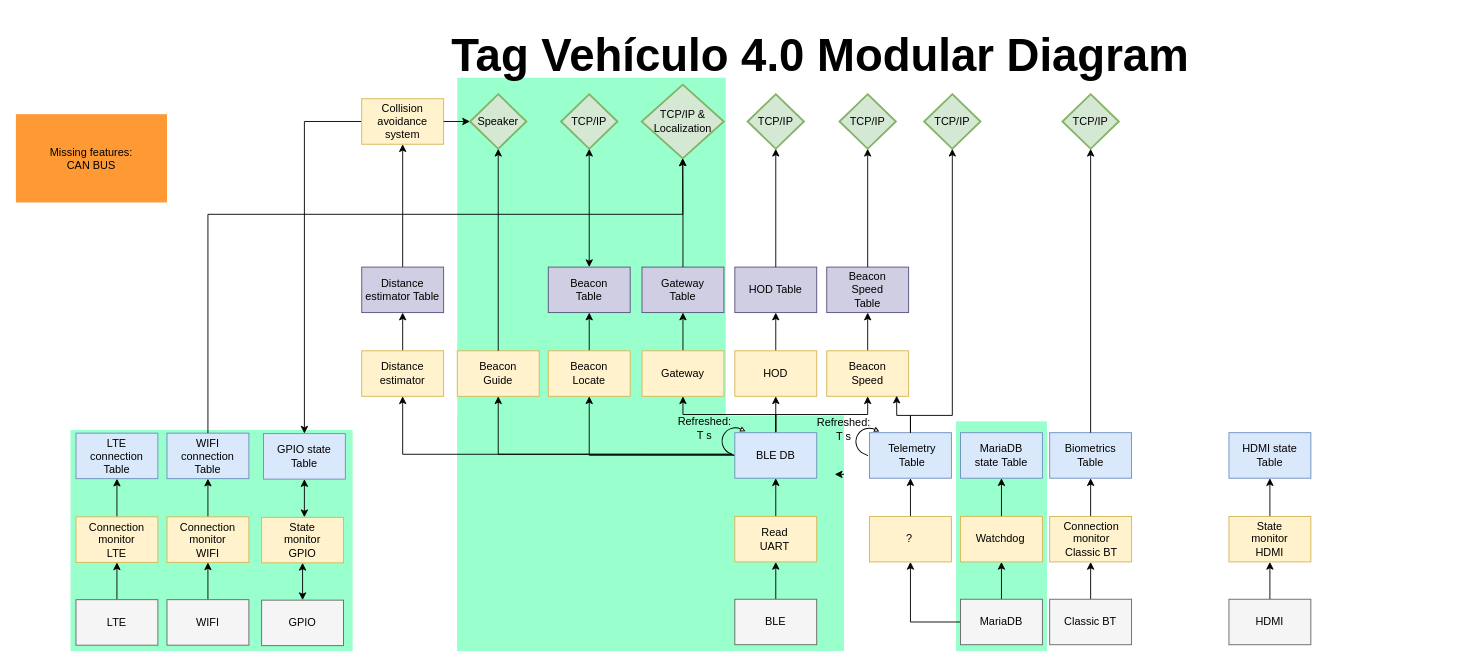
The draw.io diagram Diagrama modular de Tag Vehiculo 4_0.drawio in CesarRodriguez14/Tag_Vehiculo_4_0_Diagramas, before the edit. Source tidied: cells renumbered, new cells numbered last; positions are measured from the earlier drawing's top-left corner, leaving out a move shared by most shapes. Both pictures are drawn from the tidied source at 91%, with x=0, y=0 at pixel (15, 32).
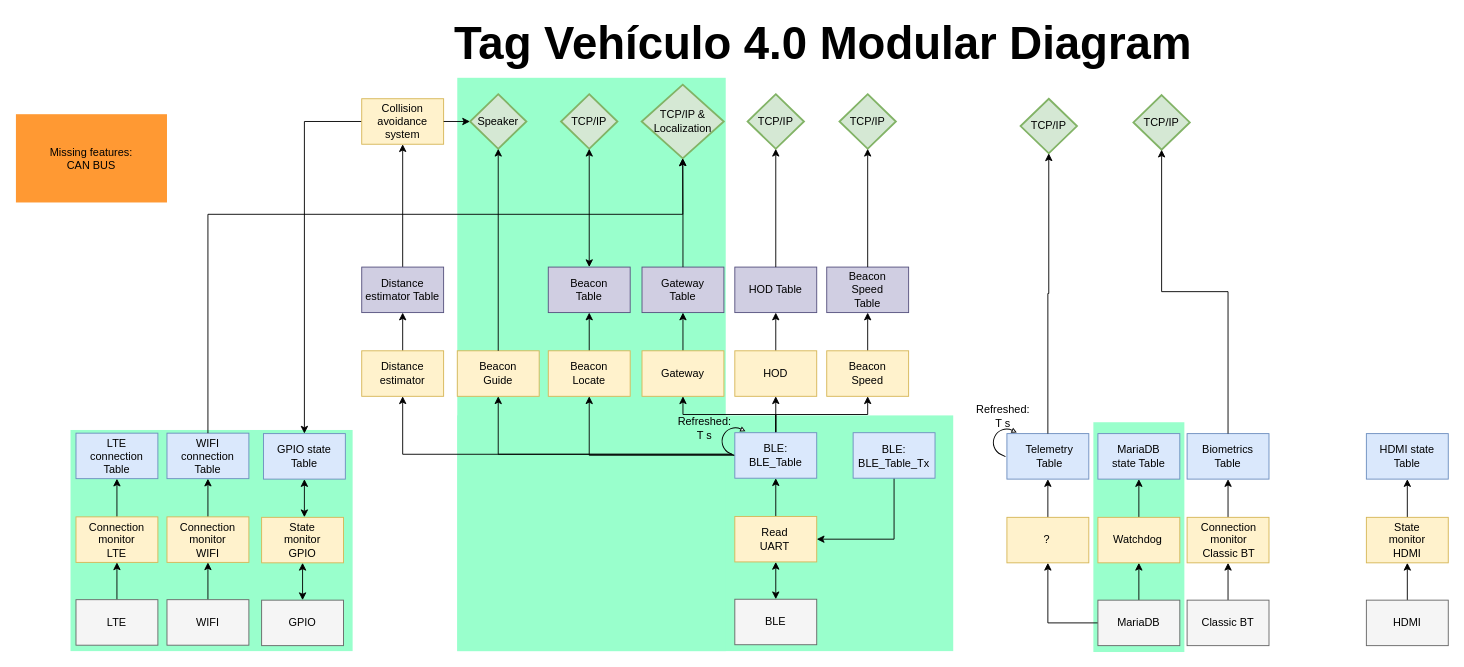
After the change.

Commit message:
Agregar BLE_Table_Tx

Unchanged cells that the change refers to:
```xml
<mxCell id="7" style="rounded=0;whiteSpace=wrap;html=1;fillColor=#f5f5f5;fontColor=#333333;strokeColor=#666666;" parent="1" vertex="1">
  <mxGeometry x="790" y="623" width="90" height="50" as="geometry" />
</mxCell>
<mxCell id="73" style="rounded=0;whiteSpace=wrap;html=1;fillColor=#fff2cc;strokeColor=#d6b656;" parent="1" vertex="1">
  <mxGeometry x="891" y="350" width="90" height="50" as="geometry" />
</mxCell>
<mxCell id="108" style="rounded=0;whiteSpace=wrap;html=1;fillColor=#fff2cc;strokeColor=#d6b656;" parent="1" vertex="1">
  <mxGeometry x="790" y="532" width="90" height="50" as="geometry" />
</mxCell>
```

Change to the diagram source:
```diff
@@
     <mxCell id="2" style="rounded=0;whiteSpace=wrap;html=1;fillColor=#99FFCC;strokeColor=none;" parent="1" vertex="1">
-      <mxGeometry x="1033" y="427.5" width="100" height="252.5" as="geometry" />
+      <mxGeometry x="1184" y="428.5" width="100" height="252.5" as="geometry" />
     </mxCell>
@@
     <mxCell id="4" style="rounded=0;whiteSpace=wrap;html=1;fillColor=#99FFCC;strokeColor=none;" parent="1" vertex="1">
-      <mxGeometry x="485" y="421" width="425" height="259" as="geometry" />
+      <mxGeometry x="485" y="421" width="545" height="259" as="geometry" />
     </mxCell>
@@
-    <mxCell id="6" style="edgeStyle=orthogonalEdgeStyle;rounded=0;jettySize=auto;html=1;exitX=0.5;exitY=0;exitDx=0;exitDy=0;entryX=0.5;entryY=1;entryDx=0;entryDy=0;" parent="1" edge="1" source="7" target="108">
-      <mxGeometry relative="1" as="geometry" />
-    </mxCell>
@@
     <mxCell id="18" style="rounded=0;whiteSpace=wrap;html=1;fillColor=#f5f5f5;fontColor=#333333;strokeColor=#666666;" parent="1" vertex="1">
-      <mxGeometry x="1333" y="623" width="90" height="50" as="geometry" />
+      <mxGeometry x="1484" y="624" width="90" height="50" as="geometry" />
     </mxCell>
     <mxCell id="19" value="HDMI" style="text;html=1;align=center;verticalAlign=middle;whiteSpace=wrap;rounded=0;" parent="1" vertex="1">
-      <mxGeometry x="1348" y="633" width="60" height="30" as="geometry" />
+      <mxGeometry x="1499" y="634" width="60" height="30" as="geometry" />
     </mxCell>
@@
     <mxCell id="22" style="rounded=0;whiteSpace=wrap;html=1;fillColor=#f5f5f5;fontColor=#333333;strokeColor=#666666;" parent="1" vertex="1">
-      <mxGeometry x="1038" y="623" width="90" height="50" as="geometry" />
+      <mxGeometry x="1189" y="624" width="90" height="50" as="geometry" />
     </mxCell>
     <mxCell id="23" value="MariaDB" style="text;html=1;align=center;verticalAlign=middle;whiteSpace=wrap;rounded=0;" parent="1" vertex="1">
-      <mxGeometry x="1053" y="633" width="60" height="30" as="geometry" />
+      <mxGeometry x="1204" y="634" width="60" height="30" as="geometry" />
     </mxCell>
@@
-    <mxCell id="28" value="BLE DB" style="text;html=1;align=center;verticalAlign=middle;whiteSpace=wrap;rounded=0;" parent="1" vertex="1">
+    <mxCell id="28" value="BLE: BLE_Table" style="text;html=1;align=center;verticalAlign=middle;whiteSpace=wrap;rounded=0;" parent="1" vertex="1">
       <mxGeometry x="805" y="450" width="60" height="30" as="geometry" />
     </mxCell>
@@
     <mxCell id="38" style="rounded=0;whiteSpace=wrap;html=1;fillColor=#fff2cc;strokeColor=#d6b656;" parent="1" vertex="1">
-      <mxGeometry x="1333" y="532" width="90" height="50" as="geometry" />
+      <mxGeometry x="1484" y="533" width="90" height="50" as="geometry" />
     </mxCell>
     <mxCell id="39" value="State monitor HDMI" style="text;html=1;align=center;verticalAlign=middle;whiteSpace=wrap;rounded=0;" parent="1" vertex="1">
-      <mxGeometry x="1348" y="542" width="60" height="30" as="geometry" />
+      <mxGeometry x="1499" y="543" width="60" height="30" as="geometry" />
     </mxCell>
@@
     <mxCell id="41" style="rounded=0;whiteSpace=wrap;html=1;fillColor=#fff2cc;strokeColor=#d6b656;" parent="1" vertex="1">
-      <mxGeometry x="1038" y="532" width="90" height="50" as="geometry" />
+      <mxGeometry x="1189" y="533" width="90" height="50" as="geometry" />
     </mxCell>
     <mxCell id="42" value="Watchdog" style="text;html=1;align=center;verticalAlign=middle;whiteSpace=wrap;rounded=0;" parent="1" vertex="1">
-      <mxGeometry x="1052" y="542" width="60" height="30" as="geometry" />
+      <mxGeometry x="1203" y="543" width="60" height="30" as="geometry" />
     </mxCell>
@@
     <mxCell id="48" style="rounded=0;whiteSpace=wrap;html=1;fillColor=#dae8fc;strokeColor=#6c8ebf;" parent="1" vertex="1">
-      <mxGeometry x="938" y="440" width="90" height="50" as="geometry" />
+      <mxGeometry x="1089" y="441" width="90" height="50" as="geometry" />
     </mxCell>
     <mxCell id="49" value="Telemetry Table" style="text;html=1;align=center;verticalAlign=middle;whiteSpace=wrap;rounded=0;" parent="1" vertex="1">
-      <mxGeometry x="955" y="450" width="60" height="30" as="geometry" />
+      <mxGeometry x="1106" y="451" width="60" height="30" as="geometry" />
     </mxCell>
     <mxCell id="50" value="TCP/IP" style="strokeWidth=2;html=1;shape=mxgraph.flowchart.decision;whiteSpace=wrap;fillColor=#d5e8d4;strokeColor=#82b366;" parent="1" vertex="1">
-      <mxGeometry x="998" y="68" width="62" height="60" as="geometry" />
+      <mxGeometry x="1104" y="73" width="62" height="60" as="geometry" />
     </mxCell>
@@
     <mxCell id="52" style="rounded=0;whiteSpace=wrap;html=1;fillColor=#f5f5f5;fontColor=#333333;strokeColor=#666666;" parent="1" vertex="1">
-      <mxGeometry x="1136" y="623" width="90" height="50" as="geometry" />
+      <mxGeometry x="1287" y="624" width="90" height="50" as="geometry" />
     </mxCell>
     <mxCell id="53" value="Classic BT" style="text;html=1;align=center;verticalAlign=middle;whiteSpace=wrap;rounded=0;" parent="1" vertex="1">
-      <mxGeometry x="1151" y="633" width="60" height="30" as="geometry" />
+      <mxGeometry x="1302" y="634" width="60" height="30" as="geometry" />
     </mxCell>
     <mxCell id="54" style="rounded=0;whiteSpace=wrap;html=1;fillColor=#dae8fc;strokeColor=#6c8ebf;" parent="1" vertex="1">
-      <mxGeometry x="1136" y="440" width="90" height="50" as="geometry" />
+      <mxGeometry x="1287" y="441" width="90" height="50" as="geometry" />
     </mxCell>
     <mxCell id="55" value="Biometrics Table" style="text;html=1;align=center;verticalAlign=middle;whiteSpace=wrap;rounded=0;" parent="1" vertex="1">
-      <mxGeometry x="1151" y="450" width="60" height="30" as="geometry" />
+      <mxGeometry x="1302" y="451" width="60" height="30" as="geometry" />
     </mxCell>
     <mxCell id="56" value="TCP/IP" style="strokeWidth=2;html=1;shape=mxgraph.flowchart.decision;whiteSpace=wrap;fillColor=#d5e8d4;strokeColor=#82b366;" parent="1" vertex="1">
-      <mxGeometry x="1150" y="68" width="62" height="60" as="geometry" />
+      <mxGeometry x="1228" y="69" width="62" height="60" as="geometry" />
     </mxCell>
@@
     <mxCell id="77" style="html=1;shadow=0;dashed=0;align=center;verticalAlign=middle;shape=mxgraph.arrows2.uTurnArrow;dy=0;arrowHead=4.41;dx2=4.26;rotation=25;" parent="1" vertex="1">
-      <mxGeometry x="924" y="431" width="20" height="31.5" as="geometry" />
+      <mxGeometry x="1075" y="432" width="20" height="31.5" as="geometry" />
     </mxCell>
     <mxCell id="78" value="Refreshed:&lt;div&gt;T s&lt;/div&gt;" style="text;html=1;align=center;verticalAlign=middle;whiteSpace=wrap;rounded=0;" parent="1" vertex="1">
-      <mxGeometry x="880" y="421" width="60" height="30" as="geometry" />
+      <mxGeometry x="1055" y="407" width="60" height="30" as="geometry" />
     </mxCell>
@@
     <mxCell id="87" value="Tag Vehículo 4.0 Modular Diagram" style="text;html=1;align=center;verticalAlign=middle;whiteSpace=wrap;rounded=0;fontSize=50;fontStyle=1;" parent="1" vertex="1">
-      <mxGeometry x="389" width="990" height="50" as="geometry" />
+      <mxGeometry x="392" y="-13" width="990" height="50" as="geometry" />
     </mxCell>
-    <mxCell id="88" style="edgeStyle=orthogonalEdgeStyle;rounded=0;jettySize=auto;html=1;exitX=0.5;exitY=0;exitDx=0;exitDy=0;entryX=0.854;entryY=0.986;entryDx=0;entryDy=0;entryPerimeter=0;" parent="1" edge="1" source="48" target="73">
-      <mxGeometry relative="1" as="geometry">
-        <Array as="points">
-          <mxPoint x="983" y="421" />
-          <mxPoint x="968" y="421" />
-        </Array>
-      </mxGeometry>
-    </mxCell>
-    <mxCell id="89" style="edgeStyle=orthogonalEdgeStyle;rounded=0;jettySize=auto;html=1;exitX=0.5;exitY=0;exitDx=0;exitDy=0;entryX=0.5;entryY=1;entryDx=0;entryDy=0;entryPerimeter=0;" parent="1" edge="1" source="48" target="50">
-      <mxGeometry relative="1" as="geometry">
-        <Array as="points">
-          <mxPoint x="983" y="421" />
-          <mxPoint x="1029" y="421" />
-          <mxPoint x="1029" y="128" />
-        </Array>
-      </mxGeometry>
-    </mxCell>
@@
     <mxCell id="96" style="rounded=0;whiteSpace=wrap;html=1;fillColor=#dae8fc;strokeColor=#6c8ebf;" parent="1" vertex="1">
-      <mxGeometry x="1333" y="440" width="90" height="50" as="geometry" />
+      <mxGeometry x="1484" y="441" width="90" height="50" as="geometry" />
     </mxCell>
     <mxCell id="97" value="HDMI state Table" style="text;html=1;align=center;verticalAlign=middle;whiteSpace=wrap;rounded=0;" parent="1" vertex="1">
-      <mxGeometry x="1347" y="450" width="62" height="30" as="geometry" />
+      <mxGeometry x="1498" y="451" width="62" height="30" as="geometry" />
     </mxCell>
@@
     <mxCell id="105" style="rounded=0;whiteSpace=wrap;html=1;fillColor=#DAE8FC;strokeColor=#6c8ebf;" parent="1" vertex="1">
-      <mxGeometry x="1038" y="440" width="90" height="50" as="geometry" />
+      <mxGeometry x="1189" y="441" width="90" height="50" as="geometry" />
     </mxCell>
     <mxCell id="106" value="MariaDB state Table" style="text;html=1;align=center;verticalAlign=middle;whiteSpace=wrap;rounded=0;" parent="1" vertex="1">
-      <mxGeometry x="1052" y="450" width="62" height="30" as="geometry" />
+      <mxGeometry x="1203" y="451" width="62" height="30" as="geometry" />
     </mxCell>
@@
     <mxCell id="111" style="rounded=0;whiteSpace=wrap;html=1;fillColor=#fff2cc;strokeColor=#d6b656;" parent="1" vertex="1">
-      <mxGeometry x="1136" y="532" width="90" height="50" as="geometry" />
+      <mxGeometry x="1287" y="533" width="90" height="50" as="geometry" />
     </mxCell>
     <mxCell id="112" value="Connection monitor Classic BT" style="text;html=1;align=center;verticalAlign=middle;whiteSpace=wrap;rounded=0;" parent="1" vertex="1">
-      <mxGeometry x="1152" y="542" width="60" height="30" as="geometry" />
+      <mxGeometry x="1303" y="543" width="60" height="30" as="geometry" />
     </mxCell>
@@
     <mxCell id="114" style="rounded=0;whiteSpace=wrap;html=1;fillColor=#fff2cc;strokeColor=#d6b656;" parent="1" vertex="1">
-      <mxGeometry x="938" y="532" width="90" height="50" as="geometry" />
+      <mxGeometry x="1089" y="533" width="90" height="50" as="geometry" />
     </mxCell>
     <mxCell id="115" value="?" style="text;html=1;align=center;verticalAlign=middle;whiteSpace=wrap;rounded=0;" parent="1" vertex="1">
-      <mxGeometry x="952" y="542" width="60" height="30" as="geometry" />
+      <mxGeometry x="1103" y="543" width="60" height="30" as="geometry" />
     </mxCell>
@@
-    <mxCell id="125" style="edgeStyle=orthogonalEdgeStyle;rounded=0;orthogonalLoop=1;jettySize=auto;html=1;exitX=1;exitY=0.25;exitDx=0;exitDy=0;entryX=0.976;entryY=0.252;entryDx=0;entryDy=0;entryPerimeter=0;" parent="1" edge="1" source="4" target="4">
-      <mxGeometry relative="1" as="geometry" />
-    </mxCell>
+    <mxCell id="6" style="endArrow=classic;startArrow=classic;html=1;rounded=0;entryX=0.5;entryY=1;entryDx=0;entryDy=0;exitX=0.5;exitY=0;exitDx=0;exitDy=0;" parent="1" edge="1" source="7" target="108">
+      <mxGeometry relative="1" as="geometry" />
+    </mxCell>
+    <mxCell id="126" style="edgeStyle=orthogonalEdgeStyle;rounded=0;jettySize=auto;html=1;exitX=0.5;exitY=1;exitDx=0;exitDy=0;entryX=1;entryY=0.5;entryDx=0;entryDy=0;" parent="1" edge="1" source="127" target="108">
+      <mxGeometry relative="1" as="geometry" />
+    </mxCell>
+    <mxCell id="127" style="rounded=0;whiteSpace=wrap;html=1;fillColor=#DAE8FC;strokeColor=#6c8ebf;" parent="1" vertex="1">
+      <mxGeometry x="920" y="440" width="90" height="50" as="geometry" />
+    </mxCell>
+    <mxCell id="128" value="BLE: BLE_Table_Tx" style="text;html=1;align=center;verticalAlign=middle;whiteSpace=wrap;rounded=0;" parent="1" vertex="1">
+      <mxGeometry x="935" y="451" width="60" height="30" as="geometry" />
+    </mxCell>
+    <mxCell id="89" style="edgeStyle=orthogonalEdgeStyle;rounded=0;jettySize=auto;html=1;exitX=0.5;exitY=0;exitDx=0;exitDy=0;entryX=0.5;entryY=1;entryDx=0;entryDy=0;entryPerimeter=0;" parent="1" edge="1" source="48" target="50">
+      <mxGeometry relative="1" as="geometry" />
+    </mxCell>
```
